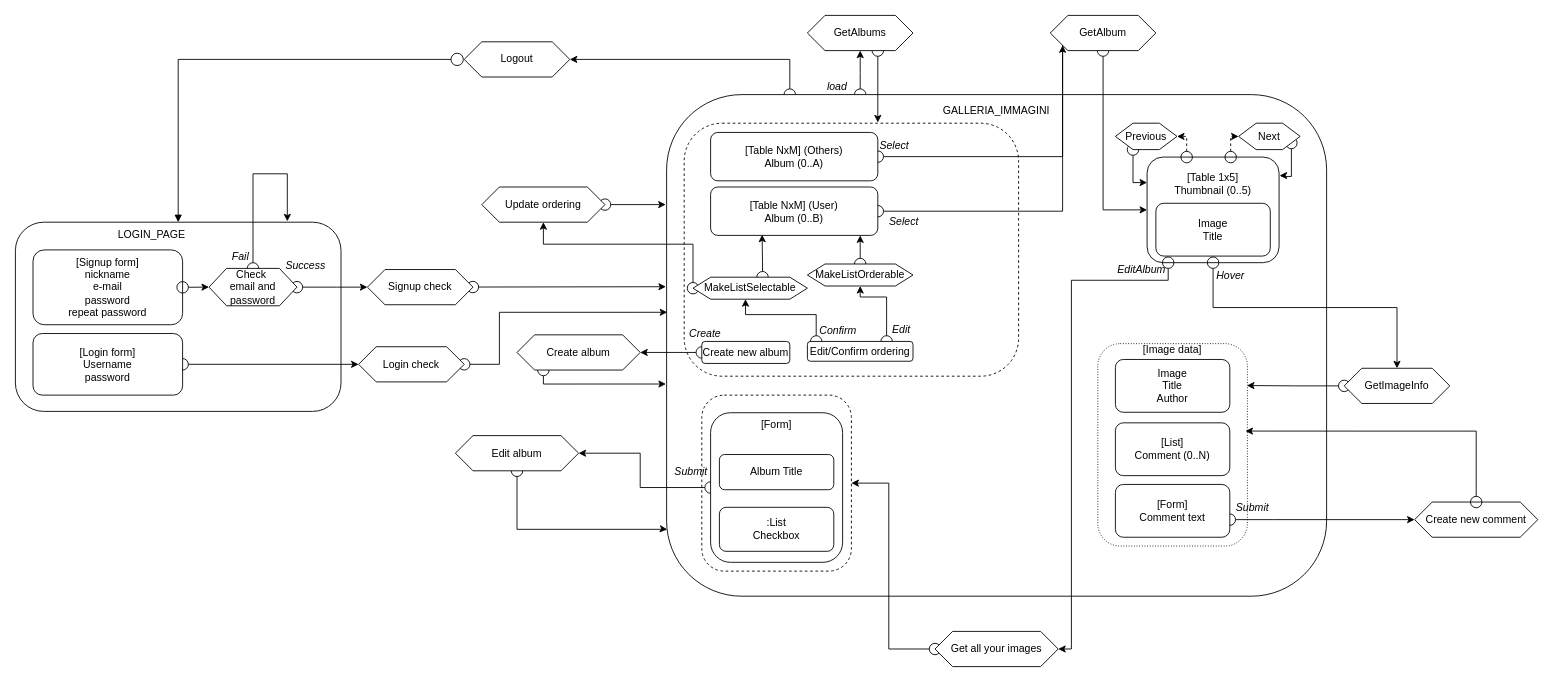
Before: Design/Diagramma_IFML.drawio in MizuGreg/TIW-Gallery-2022-RIA, a draw.io diagram. Source tidied: cells renumbered, new cells numbered last; positions are measured from the earlier drawing's top-left corner, leaving out a move shared by most shapes. Both pictures are drawn from the tidied source at 88%, with x=0, y=0 at pixel (15, 15).
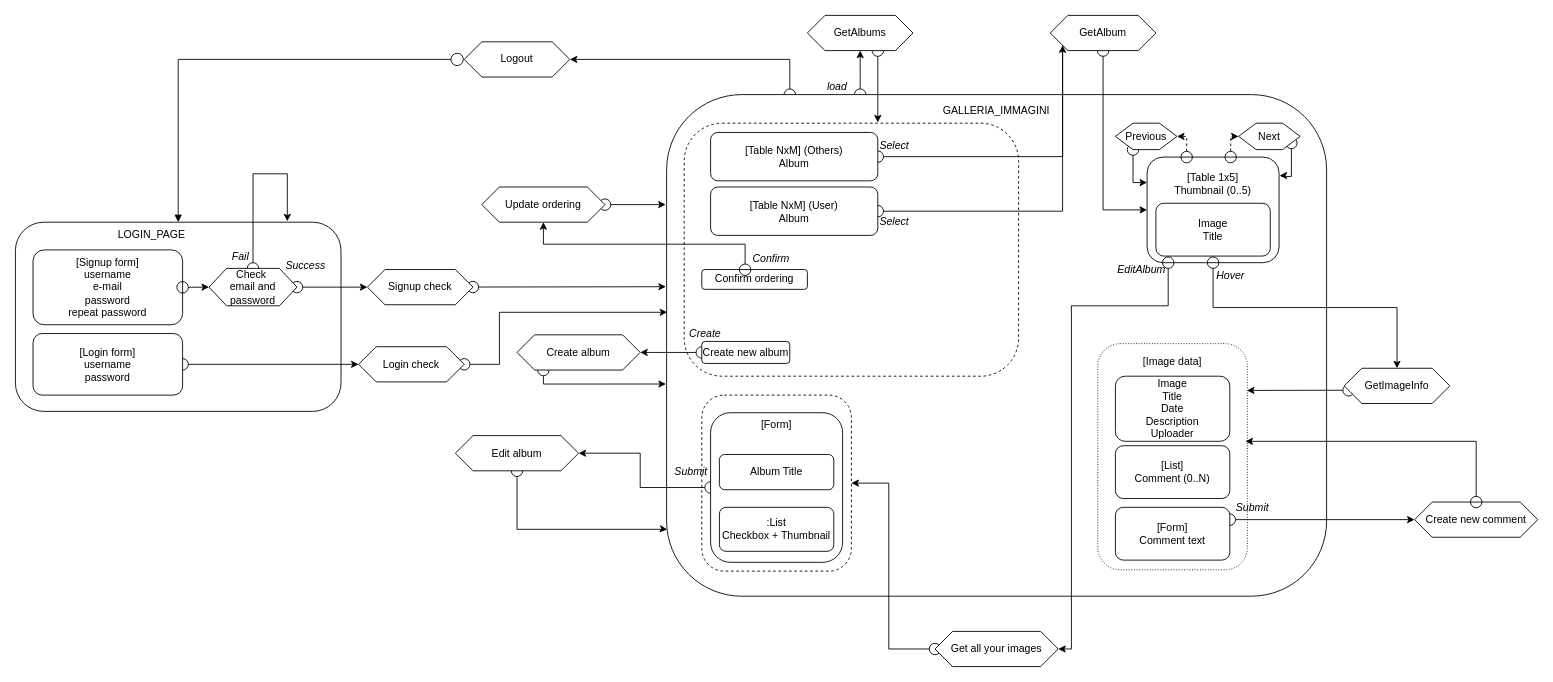
After the change.

The change refers to these unchanged cells:
```xml
<mxCell id="11" value="Create new comment" style="shape=hexagon;perimeter=hexagonPerimeter2;whiteSpace=wrap;html=1;fixedSize=1;strokeColor=default;" parent="1" vertex="1">
  <mxGeometry x="1590" y="553" width="140" height="40" as="geometry" />
</mxCell>
<mxCell id="26" value="[Table 1x5]&lt;br&gt;Thumbnail (0..5)&lt;br&gt;&lt;br&gt;&lt;br&gt;&lt;br&gt;&lt;br&gt;" style="rounded=1;whiteSpace=wrap;html=1;fillColor=none;" parent="1" vertex="1">
  <mxGeometry x="1286" y="161" width="150" height="120" as="geometry" />
</mxCell>
<mxCell id="28" value="GetImageInfo" style="shape=hexagon;perimeter=hexagonPerimeter2;whiteSpace=wrap;html=1;fixedSize=1;strokeColor=default;" parent="1" vertex="1">
  <mxGeometry x="1510" y="401" width="120" height="40" as="geometry" />
</mxCell>
<mxCell id="60" value="Update ordering" style="shape=hexagon;perimeter=hexagonPerimeter2;whiteSpace=wrap;html=1;fixedSize=1;strokeColor=default;" parent="1" vertex="1">
  <mxGeometry x="530" y="195" width="140" height="40" as="geometry" />
</mxCell>
<mxCell id="82" value="Get all your images" style="shape=hexagon;perimeter=hexagonPerimeter2;whiteSpace=wrap;html=1;fixedSize=1;strokeColor=default;" parent="1" vertex="1">
  <mxGeometry x="1045" y="700" width="140" height="40" as="geometry" />
</mxCell>
```

Change to the diagram source:
```diff
@@
-    <mxCell id="7" value="[Signup form]&lt;br&gt;nickname&lt;br&gt;e-mail&lt;br&gt;password&lt;br&gt;repeat password" style="rounded=1;whiteSpace=wrap;html=1;strokeColor=default;fillColor=default;" parent="1" vertex="1">
+    <mxCell id="7" value="[Signup form]&lt;br&gt;username&lt;br&gt;e-mail&lt;br&gt;password&lt;br&gt;repeat password" style="rounded=1;whiteSpace=wrap;html=1;strokeColor=default;fillColor=default;" parent="1" vertex="1">
       <mxGeometry x="20" y="266.5" width="170" height="85" as="geometry" />
     </mxCell>
@@
-    <mxCell id="10" value="[Login form]&lt;br&gt;Username&lt;br&gt;password" style="rounded=1;whiteSpace=wrap;html=1;strokeColor=default;" parent="1" vertex="1">
+    <mxCell id="10" value="[Login form]&lt;br&gt;username&lt;br&gt;password" style="rounded=1;whiteSpace=wrap;html=1;strokeColor=default;" parent="1" vertex="1">
       <mxGeometry x="20" y="361.5" width="170" height="70" as="geometry" />
     </mxCell>
@@
-    <mxCell id="21" value="[Table NxM] (Others)&lt;br&gt;Album (0..A)" style="rounded=1;whiteSpace=wrap;html=1;" parent="1" vertex="1">
+    <mxCell id="21" value="[Table NxM] (Others)&lt;br&gt;Album" style="rounded=1;whiteSpace=wrap;html=1;" parent="1" vertex="1">
       <mxGeometry x="790" y="133" width="190" height="55" as="geometry" />
     </mxCell>
@@
     <mxCell id="25" style="edgeStyle=orthogonalEdgeStyle;rounded=0;jettySize=auto;html=1;startArrow=oval;startFill=0;endSize=6;startSize=13;entryX=1;entryY=0.5;entryDx=0;entryDy=0;" parent="1" edge="1" source="26" target="82">
       <mxGeometry relative="1" as="geometry">
         <Array as="points">
-          <mxPoint x="1310" y="301" />
-          <mxPoint x="1200" y="301" />
+          <mxPoint x="1310" y="330" />
+          <mxPoint x="1200" y="330" />
           <mxPoint x="1200" y="720" />
         </Array>
       </mxGeometry>
     </mxCell>
@@
     <mxCell id="27" style="edgeStyle=elbowEdgeStyle;rounded=0;jettySize=auto;html=1;entryX=0.997;entryY=0.207;entryDx=0;entryDy=0;entryPerimeter=0;startArrow=oval;startFill=0;startSize=13;" parent="1" edge="1" source="28" target="35">
-      <mxGeometry relative="1" as="geometry" />
+      <mxGeometry relative="1" as="geometry">
+        <Array as="points">
+          <mxPoint x="1480" y="426" />
+        </Array>
+      </mxGeometry>
     </mxCell>
@@
-    <mxCell id="30" value="[Table NxM] (User)&lt;br&gt;Album (0..B)" style="rounded=1;whiteSpace=wrap;html=1;" parent="1" vertex="1">
+    <mxCell id="30" value="[Table NxM] (User)&lt;br&gt;Album" style="rounded=1;whiteSpace=wrap;html=1;" parent="1" vertex="1">
       <mxGeometry x="790" y="195" width="190" height="55" as="geometry" />
     </mxCell>
@@
     <mxCell id="35" value="&lt;span&gt;[Image data]&lt;br&gt;&lt;br&gt;&lt;br&gt;&lt;br&gt;&lt;br&gt;&lt;br&gt;&lt;br&gt;&lt;br&gt;&lt;br&gt;&lt;br&gt;&lt;br&gt;&lt;br&gt;&lt;br&gt;&lt;br&gt;&lt;br&gt;&lt;br&gt;&lt;/span&gt;" style="rounded=1;whiteSpace=wrap;html=1;strokeColor=default;dashed=1;dashPattern=1 2;" parent="1" vertex="1">
-      <mxGeometry x="1230" y="373" width="170" height="230" as="geometry" />
+      <mxGeometry x="1230" y="373" width="170" height="257" as="geometry" />
     </mxCell>
-    <mxCell id="36" value="Image&lt;br&gt;Title&lt;br&gt;Author" style="rounded=1;whiteSpace=wrap;html=1;strokeColor=default;" parent="1" vertex="1">
-      <mxGeometry x="1250" y="391" width="130" height="60" as="geometry" />
+    <mxCell id="36" value="Image&lt;br&gt;Title&lt;br&gt;Date&lt;br&gt;Description&lt;br&gt;Uploader" style="rounded=1;whiteSpace=wrap;html=1;strokeColor=default;" parent="1" vertex="1">
+      <mxGeometry x="1250" y="410" width="130" height="74" as="geometry" />
     </mxCell>
     <mxCell id="37" value="[List]&lt;br&gt;Comment (0..N)" style="rounded=1;whiteSpace=wrap;html=1;strokeColor=default;" parent="1" vertex="1">
-      <mxGeometry x="1250" y="463" width="130" height="60" as="geometry" />
+      <mxGeometry x="1250" y="489" width="130" height="60" as="geometry" />
     </mxCell>
@@
     <mxCell id="39" value="[Form]&lt;br&gt;Comment text" style="rounded=1;whiteSpace=wrap;html=1;strokeColor=default;" parent="1" vertex="1">
-      <mxGeometry x="1250" y="533" width="130" height="60" as="geometry" />
+      <mxGeometry x="1250" y="559" width="130" height="60" as="geometry" />
     </mxCell>
@@
-    <mxCell id="47" value=":List&lt;br&gt;Checkbox" style="rounded=1;whiteSpace=wrap;html=1;strokeColor=default;" parent="1" vertex="1">
+    <mxCell id="47" value=":List&lt;br&gt;Checkbox + Thumbnail" style="rounded=1;whiteSpace=wrap;html=1;strokeColor=default;" parent="1" vertex="1">
       <mxGeometry x="800" y="559" width="130" height="50" as="geometry" />
     </mxCell>
@@
     <mxCell id="52" value="&lt;i&gt;Select&lt;/i&gt;" style="text;html=1;strokeColor=none;fillColor=none;align=center;verticalAlign=middle;whiteSpace=wrap;rounded=0;" parent="1" vertex="1">
-      <mxGeometry x="980" y="220" width="60" height="30" as="geometry" />
+      <mxGeometry x="969" y="220" width="60" height="30" as="geometry" />
     </mxCell>
@@
-    <mxCell id="54" style="edgeStyle=orthogonalEdgeStyle;rounded=0;jettySize=auto;html=1;entryX=0.5;entryY=1;entryDx=0;entryDy=0;startArrow=oval;startFill=0;startSize=13;" parent="1" edge="1" source="56" target="58">
-      <mxGeometry relative="1" as="geometry">
-        <Array as="points">
-          <mxPoint x="990" y="320" />
-          <mxPoint x="960" y="320" />
-        </Array>
-      </mxGeometry>
-    </mxCell>
-    <mxCell id="55" style="edgeStyle=orthogonalEdgeStyle;rounded=0;jettySize=auto;html=1;entryX=0.459;entryY=0.998;entryDx=0;entryDy=0;startArrow=oval;startFill=0;startSize=13;entryPerimeter=0;" parent="1" edge="1" source="56" target="63">
-      <mxGeometry relative="1" as="geometry">
-        <Array as="points">
-          <mxPoint x="910" y="340" />
-          <mxPoint x="830" y="340" />
-        </Array>
-      </mxGeometry>
-    </mxCell>
-    <mxCell id="56" value="Edit/Confirm ordering" style="rounded=1;whiteSpace=wrap;html=1;" parent="1" vertex="1">
-      <mxGeometry x="900" y="370.5" width="120" height="22.5" as="geometry" />
+    <mxCell id="56" value="Confirm ordering" style="rounded=1;whiteSpace=wrap;html=1;" parent="1" vertex="1">
+      <mxGeometry x="780" y="288.8" width="120" height="22.5" as="geometry" />
     </mxCell>
-    <mxCell id="57" style="edgeStyle=orthogonalEdgeStyle;rounded=0;jettySize=auto;html=1;startArrow=oval;startFill=0;startSize=13;" parent="1" edge="1" source="58">
-      <mxGeometry relative="1" as="geometry">
-        <mxPoint x="960" y="250" as="targetPoint" />
-        <Array as="points">
-          <mxPoint x="960" y="250" />
-        </Array>
-      </mxGeometry>
-    </mxCell>
-    <mxCell id="58" value="MakeListOrderable" style="shape=hexagon;perimeter=hexagonPerimeter2;whiteSpace=wrap;html=1;fixedSize=1;strokeColor=default;" parent="1" vertex="1">
-      <mxGeometry x="900" y="282.5" width="120" height="25" as="geometry" />
-    </mxCell>
@@
-    <mxCell id="61" style="edgeStyle=orthogonalEdgeStyle;rounded=0;jettySize=auto;html=1;entryX=0.308;entryY=0.985;entryDx=0;entryDy=0;entryPerimeter=0;startArrow=oval;startFill=0;startSize=13;" parent="1" edge="1" source="63" target="30">
-      <mxGeometry relative="1" as="geometry">
-        <Array as="points">
-          <mxPoint x="849" y="280" />
-          <mxPoint x="849" y="280" />
-        </Array>
-      </mxGeometry>
-    </mxCell>
-    <mxCell id="62" style="edgeStyle=orthogonalEdgeStyle;rounded=0;jettySize=auto;html=1;exitX=0;exitY=0.5;exitDx=0;exitDy=0;entryX=0.5;entryY=1;entryDx=0;entryDy=0;startArrow=oval;startFill=0;startSize=13;" parent="1" edge="1" source="63" target="60">
+    <mxCell id="62" style="edgeStyle=orthogonalEdgeStyle;rounded=0;jettySize=auto;html=1;exitX=0.41;exitY=0.01;exitDx=0;exitDy=0;entryX=0.5;entryY=1;entryDx=0;entryDy=0;startArrow=oval;startFill=0;startSize=13;exitPerimeter=0;" parent="1" edge="1" source="56" target="60">
       <mxGeometry relative="1" as="geometry">
         <Array as="points">
-          <mxPoint x="770" y="260" />
+          <mxPoint x="829" y="260" />
           <mxPoint x="600" y="260" />
         </Array>
       </mxGeometry>
     </mxCell>
-    <mxCell id="63" value="MakeListSelectable" style="shape=hexagon;perimeter=hexagonPerimeter2;whiteSpace=wrap;html=1;fixedSize=1;strokeColor=default;" parent="1" vertex="1">
-      <mxGeometry x="770" y="297.5" width="130" height="25" as="geometry" />
-    </mxCell>
     <mxCell id="64" value="&lt;i&gt;Confirm&lt;/i&gt;" style="text;html=1;strokeColor=none;fillColor=none;align=center;verticalAlign=middle;whiteSpace=wrap;rounded=0;" parent="1" vertex="1">
-      <mxGeometry x="905" y="343" width="60" height="30" as="geometry" />
+      <mxGeometry x="829" y="262" width="60" height="30" as="geometry" />
     </mxCell>
-    <mxCell id="65" value="&lt;i&gt;Edit&lt;/i&gt;" style="text;html=1;strokeColor=none;fillColor=none;align=center;verticalAlign=middle;whiteSpace=wrap;rounded=0;" parent="1" vertex="1">
-      <mxGeometry x="977" y="342" width="60" height="30" as="geometry" />
-    </mxCell>
@@
     <mxCell id="79" style="edgeStyle=orthogonalEdgeStyle;rounded=0;jettySize=auto;html=1;entryX=0.987;entryY=0.432;entryDx=0;entryDy=0;entryPerimeter=0;startArrow=oval;startFill=0;startSize=13;" parent="1" edge="1" source="11" target="35">
       <mxGeometry relative="1" as="geometry">
         <Array as="points">
-          <mxPoint x="1660" y="472" />
+          <mxPoint x="1660" y="484" />
         </Array>
       </mxGeometry>
     </mxCell>
```
